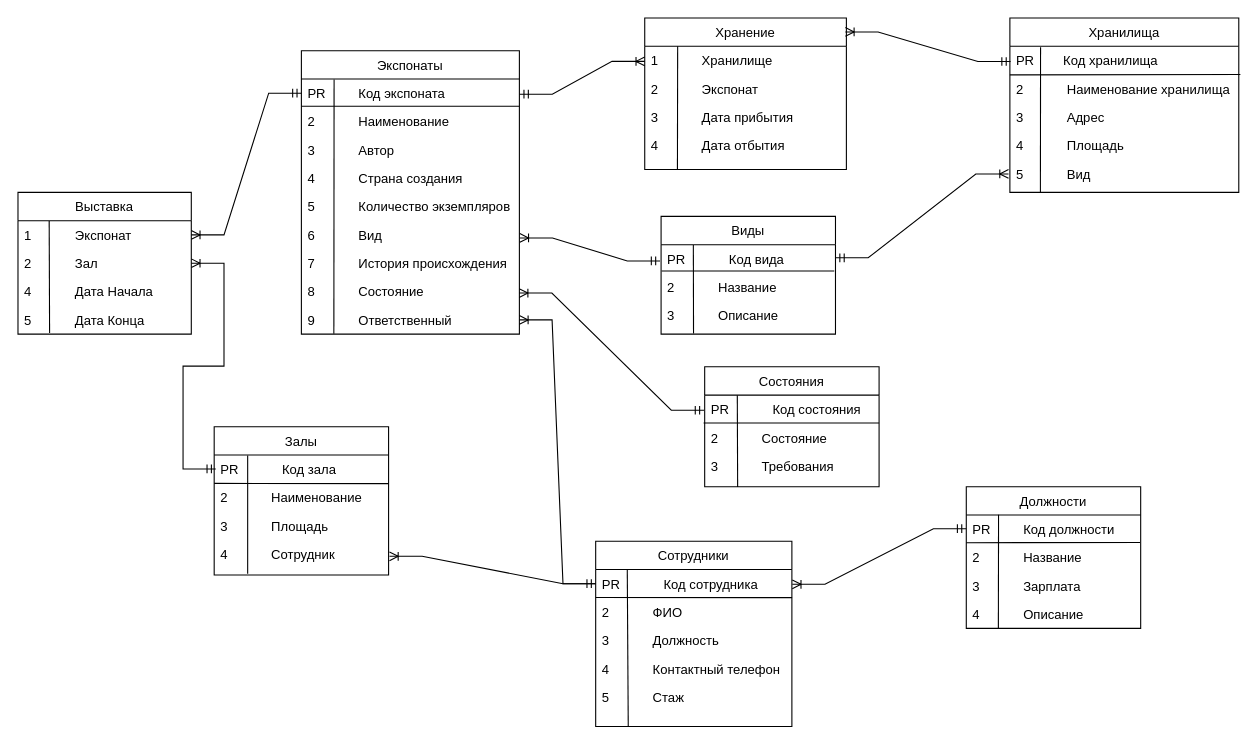
Before: Диаграмма без названия.drawio in ghgghgghgghgghg/tetris, a draw.io diagram. Source tidied: cells renumbered, new cells numbered last; positions are measured from the earlier drawing's top-left corner, leaving out a move shared by most shapes. Both pictures are drawn from the tidied source at 109%, with x=0, y=0 at pixel (17, 17).
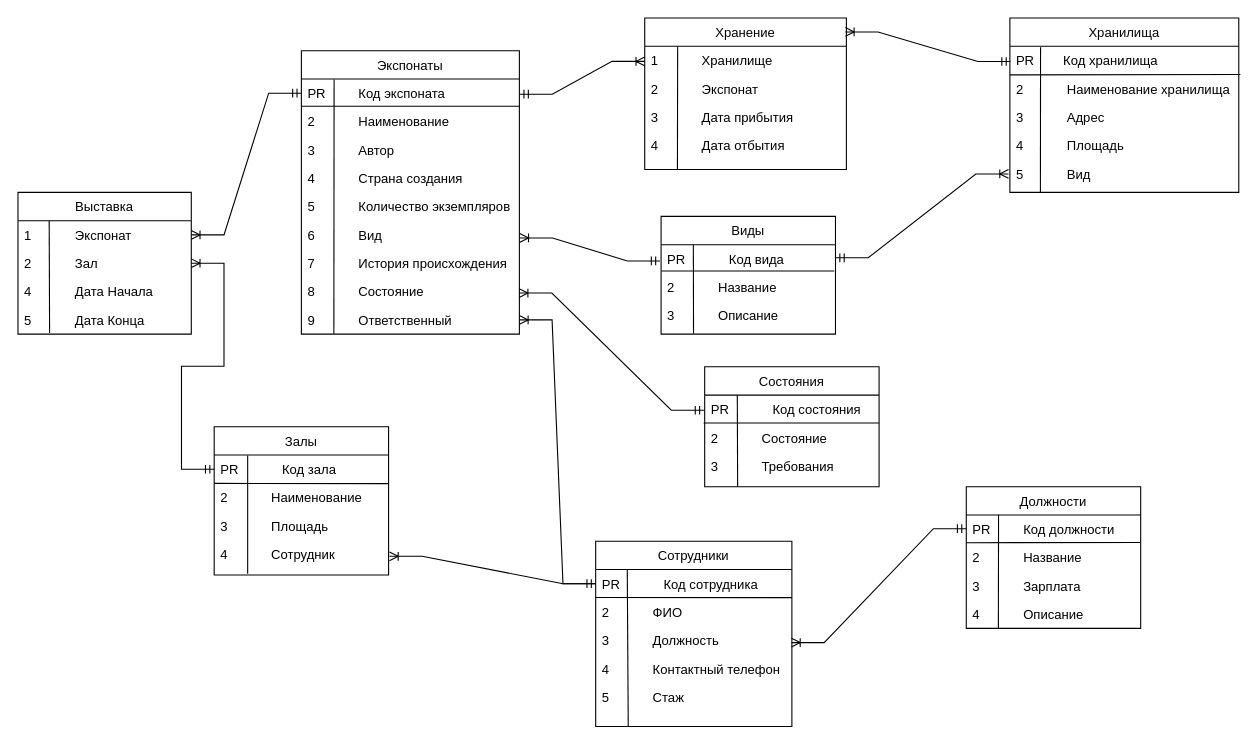
The same diagram, later.

The change refers to these unchanged cells:
```xml
<mxCell id="22" value="2            Зал" style="text;align=left;verticalAlign=top;spacingLeft=4;spacingRight=4;overflow=hidden;points=[[0,0.5],[1,0.5]];portConstraint=eastwest;" parent="20" vertex="1">
  <mxGeometry y="52" width="159" height="26" as="geometry" />
</mxCell>
<mxCell id="33" value="PR            Код зала" style="text;align=left;verticalAlign=top;spacingLeft=4;spacingRight=4;overflow=hidden;points=[[0,0.5],[1,0.5]];portConstraint=eastwest;" parent="32" vertex="1">
  <mxGeometry y="26" width="160" height="26" as="geometry" />
</mxCell>
<mxCell id="54" value="PR            Код сотрудника" style="text;align=left;verticalAlign=top;spacingLeft=4;spacingRight=4;overflow=hidden;points=[[0,0.5],[1,0.5]];portConstraint=eastwest;" parent="53" vertex="1">
  <mxGeometry y="26" width="180" height="26" as="geometry" />
</mxCell>
<mxCell id="57" value="3            Должность" style="text;align=left;verticalAlign=top;spacingLeft=4;spacingRight=4;overflow=hidden;points=[[0,0.5],[1,0.5]];portConstraint=eastwest;" parent="53" vertex="1">
  <mxGeometry y="78" width="180" height="26" as="geometry" />
</mxCell>
<mxCell id="62" value="PR         Код должности" style="text;align=left;verticalAlign=top;spacingLeft=4;spacingRight=4;overflow=hidden;points=[[0,0.5],[1,0.5]];portConstraint=eastwest;" parent="61" vertex="1">
  <mxGeometry y="26" width="160" height="26" as="geometry" />
</mxCell>
```

The edit, as a diff of the source:
```diff
@@
-    <mxCell id="70" style="edgeStyle=entityRelationEdgeStyle;fontSize=12;html=1;endArrow=ERoneToMany;startArrow=ERmandOne;rounded=0;exitX=0.009;exitY=0.489;exitDx=0;exitDy=0;exitPerimeter=0;" parent="1" edge="1" source="33" target="22">
+    <mxCell id="70" style="edgeStyle=entityRelationEdgeStyle;fontSize=12;html=1;endArrow=ERoneToMany;startArrow=ERmandOne;rounded=0;" parent="1" edge="1" source="33" target="22">
       <mxGeometry relative="1" as="geometry" />
     </mxCell>
@@
-    <mxCell id="77" style="edgeStyle=entityRelationEdgeStyle;fontSize=12;html=1;endArrow=ERoneToMany;startArrow=ERmandOne;rounded=0;exitX=-0.001;exitY=0.482;exitDx=0;exitDy=0;exitPerimeter=0;entryX=1.002;entryY=0.522;entryDx=0;entryDy=0;entryPerimeter=0;" parent="1" edge="1" source="62" target="54">
+    <mxCell id="77" style="edgeStyle=entityRelationEdgeStyle;fontSize=12;html=1;endArrow=ERoneToMany;startArrow=ERmandOne;rounded=0;exitX=-0.001;exitY=0.482;exitDx=0;exitDy=0;exitPerimeter=0;entryX=0.998;entryY=0.578;entryDx=0;entryDy=0;entryPerimeter=0;" parent="1" edge="1" source="62" target="57">
       <mxGeometry relative="1" as="geometry" />
     </mxCell>
```
